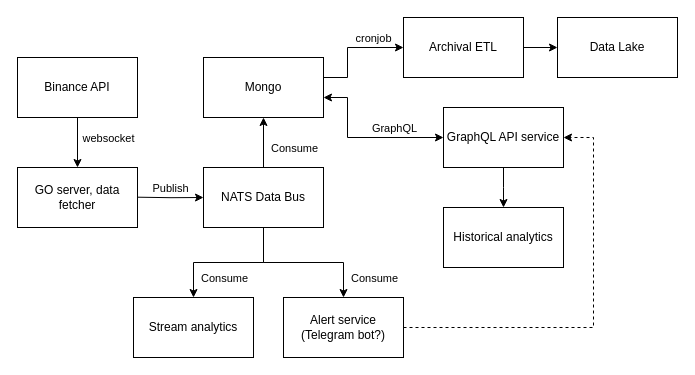
The draw.io diagram schemat koncepcyjny.drawio in amdla/BTCStreamAnalysis, before the edit. Source tidied: cells renumbered, new cells numbered last; positions are measured from the earlier drawing's top-left corner, leaving out a move shared by most shapes. Both pictures are drawn from the tidied source at 100%, with x=0, y=0 at pixel (17, 17).
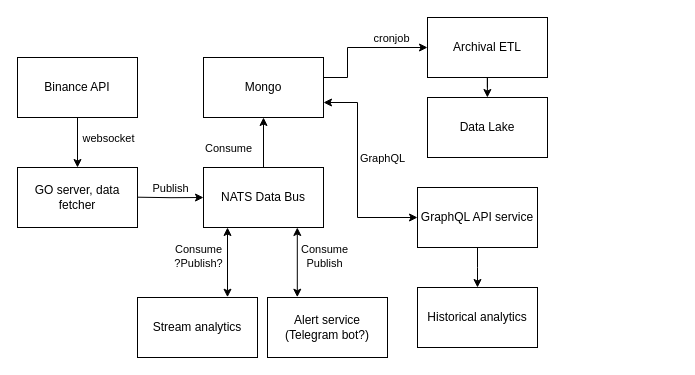
The same page after the edit.

Unchanged cells that the change refers to:
```xml
<mxCell id="8" style="edgeStyle=orthogonalEdgeStyle;rounded=0;jettySize=auto;html=1;" parent="1" edge="1" source="12">
  <mxGeometry relative="1" as="geometry">
    <mxPoint x="246" y="100" as="targetPoint" />
  </mxGeometry>
</mxCell>
<mxCell id="12" value="NATS Data Bus" style="rounded=0;whiteSpace=wrap;html=1;" parent="1" vertex="1">
  <mxGeometry x="186" y="150" width="120" height="60" as="geometry" />
</mxCell>
<mxCell id="16" value="Mongo" style="rounded=0;whiteSpace=wrap;html=1;" parent="1" vertex="1">
  <mxGeometry x="186" y="40" width="120" height="60" as="geometry" />
</mxCell>
```

The edit, as a diff of the source:
```diff
@@
     <mxCell id="9" value="Consume" style="edgeLabel;html=1;align=center;verticalAlign=middle;" parent="8" vertex="1">
       <mxGeometry x="0.15" y="-1" relative="1" as="geometry">
-        <mxPoint x="29" y="9" as="offset" />
+        <mxPoint x="-37" y="9" as="offset" />
       </mxGeometry>
     </mxCell>
-    <mxCell id="10" style="edgeStyle=orthogonalEdgeStyle;rounded=0;jettySize=auto;html=1;entryX=0.5;entryY=0;entryDx=0;entryDy=0;" parent="1" edge="1" source="12" target="13">
-      <mxGeometry relative="1" as="geometry" />
-    </mxCell>
-    <mxCell id="11" value="Consume" style="edgeLabel;html=1;align=center;verticalAlign=middle;" parent="10" vertex="1">
-      <mxGeometry x="0.66" y="2" relative="1" as="geometry">
-        <mxPoint x="28" y="4" as="offset" />
-      </mxGeometry>
-    </mxCell>
@@
     <mxCell id="13" value="Stream analytics" style="rounded=0;whiteSpace=wrap;html=1;" parent="1" vertex="1">
-      <mxGeometry x="116" y="280" width="120" height="60" as="geometry" />
+      <mxGeometry x="120" y="280" width="120" height="60" as="geometry" />
     </mxCell>
@@
-    <mxCell id="17" style="edgeStyle=orthogonalEdgeStyle;rounded=0;jettySize=auto;html=1;entryX=1;entryY=0.5;entryDx=0;entryDy=0;dashed=1;" parent="1" edge="1" source="18" target="23">
-      <mxGeometry relative="1" as="geometry">
-        <Array as="points">
-          <mxPoint x="576" y="310" />
-          <mxPoint x="576" y="120" />
-        </Array>
-      </mxGeometry>
-    </mxCell>
     <mxCell id="18" value="Alert service&lt;div&gt;(Telegram bot?)&lt;/div&gt;" style="rounded=0;whiteSpace=wrap;html=1;" parent="1" vertex="1">
-      <mxGeometry x="266" y="280" width="120" height="60" as="geometry" />
+      <mxGeometry x="250" y="280" width="120" height="60" as="geometry" />
     </mxCell>
-    <mxCell id="19" style="edgeStyle=orthogonalEdgeStyle;rounded=0;orthogonalLoop=1;jettySize=auto;html=1;startArrow=classic;startFill=1;" parent="1" edge="1">
+    <mxCell id="19" style="edgeStyle=orthogonalEdgeStyle;rounded=0;jettySize=auto;html=1;startArrow=classic;startFill=1;exitX=1;exitY=0.75;exitDx=0;exitDy=0;" parent="1" edge="1" source="16">
       <mxGeometry relative="1" as="geometry">
-        <mxPoint x="306" y="80" as="sourcePoint" />
-        <mxPoint x="426" y="120" as="targetPoint" />
+        <mxPoint x="400" y="200" as="targetPoint" />
         <Array as="points">
-          <mxPoint x="330" y="80" />
-          <mxPoint x="330" y="120" />
+          <mxPoint x="340" y="85" />
+          <mxPoint x="340" y="200" />
         </Array>
       </mxGeometry>
     </mxCell>
     <mxCell id="20" value="GraphQL" style="edgeLabel;html=1;align=center;verticalAlign=middle;" parent="19" vertex="1">
       <mxGeometry x="0.08" relative="1" as="geometry">
-        <mxPoint x="24" y="-10" as="offset" />
+        <mxPoint x="24" y="-24" as="offset" />
       </mxGeometry>
     </mxCell>
     <mxCell id="21" value="Data Lake" style="rounded=0;whiteSpace=wrap;html=1;" parent="1" vertex="1">
-      <mxGeometry x="540" width="120" height="60" as="geometry" />
+      <mxGeometry x="410" y="80" width="120" height="60" as="geometry" />
     </mxCell>
     <mxCell id="22" style="edgeStyle=orthogonalEdgeStyle;rounded=0;jettySize=auto;html=1;" parent="1" edge="1" source="23">
       <mxGeometry relative="1" as="geometry">
-        <mxPoint x="486" y="190" as="targetPoint" />
+        <mxPoint x="460" y="270" as="targetPoint" />
       </mxGeometry>
     </mxCell>
     <mxCell id="23" value="GraphQL API service" style="rounded=0;whiteSpace=wrap;html=1;" parent="1" vertex="1">
-      <mxGeometry x="426" y="90" width="120" height="60" as="geometry" />
+      <mxGeometry x="400" y="170" width="120" height="60" as="geometry" />
     </mxCell>
-    <mxCell id="24" style="edgeStyle=orthogonalEdgeStyle;rounded=0;jettySize=auto;html=1;" parent="1" edge="1" source="12">
-      <mxGeometry relative="1" as="geometry">
-        <mxPoint x="326" y="280" as="targetPoint" />
-        <Array as="points">
-          <mxPoint x="246" y="245" />
-          <mxPoint x="326" y="245" />
-          <mxPoint x="326" y="280" />
-        </Array>
-      </mxGeometry>
-    </mxCell>
-    <mxCell id="25" value="Consume" style="edgeLabel;html=1;align=center;verticalAlign=middle;" parent="24" vertex="1">
-      <mxGeometry x="0.79" relative="1" as="geometry">
-        <mxPoint x="30" y="-4" as="offset" />
-      </mxGeometry>
-    </mxCell>
     <mxCell id="26" value="Historical analytics" style="rounded=0;whiteSpace=wrap;html=1;" parent="1" vertex="1">
-      <mxGeometry x="426" y="190" width="120" height="60" as="geometry" />
+      <mxGeometry x="400" y="270" width="120" height="60" as="geometry" />
     </mxCell>
-    <mxCell id="27" style="edgeStyle=orthogonalEdgeStyle;rounded=0;jettySize=auto;html=1;entryX=0;entryY=0.5;entryDx=0;entryDy=0;" parent="1" edge="1" source="28" target="21">
-      <mxGeometry relative="1" as="geometry" />
-    </mxCell>
     <mxCell id="28" value="Archival ETL" style="rounded=0;whiteSpace=wrap;html=1;" parent="1" vertex="1">
-      <mxGeometry x="386" width="120" height="60" as="geometry" />
+      <mxGeometry x="410" width="120" height="60" as="geometry" />
     </mxCell>
+    <mxCell id="29" style="edgeStyle=orthogonalEdgeStyle;rounded=0;orthogonalLoop=1;jettySize=auto;html=1;entryX=0.782;entryY=1.005;entryDx=0;entryDy=0;entryPerimeter=0;startArrow=classic;startFill=1;" parent="1" edge="1">
+      <mxGeometry relative="1" as="geometry">
+        <mxPoint x="280" y="279.7" as="sourcePoint" />
+        <mxPoint x="279.8" y="210" as="targetPoint" />
+        <Array as="points">
+          <mxPoint x="280" y="209.7" />
+        </Array>
+      </mxGeometry>
+    </mxCell>
+    <mxCell id="30" value="Consume&lt;br&gt;Publish" style="edgeLabel;html=1;align=center;verticalAlign=middle;" parent="29" vertex="1">
+      <mxGeometry x="0.09" y="-1" relative="1" as="geometry">
+        <mxPoint x="26" y="-3" as="offset" />
+      </mxGeometry>
+    </mxCell>
+    <mxCell id="31" style="edgeStyle=orthogonalEdgeStyle;rounded=0;orthogonalLoop=1;jettySize=auto;html=1;entryX=0.782;entryY=1.005;entryDx=0;entryDy=0;entryPerimeter=0;startArrow=classic;startFill=1;" parent="1" edge="1">
+      <mxGeometry relative="1" as="geometry">
+        <mxPoint x="210.2" y="279.7" as="sourcePoint" />
+        <mxPoint x="210" y="210" as="targetPoint" />
+        <Array as="points">
+          <mxPoint x="210.2" y="209.7" />
+        </Array>
+      </mxGeometry>
+    </mxCell>
+    <mxCell id="32" value="Consume&lt;br&gt;?Publish?" style="edgeLabel;html=1;align=center;verticalAlign=middle;" parent="31" vertex="1">
+      <mxGeometry x="0.09" y="-1" relative="1" as="geometry">
+        <mxPoint x="-31" y="-3" as="offset" />
+      </mxGeometry>
+    </mxCell>
+    <mxCell id="33" style="edgeStyle=orthogonalEdgeStyle;rounded=0;orthogonalLoop=1;jettySize=auto;html=1;entryX=0;entryY=0.5;entryDx=0;entryDy=0;" parent="1" edge="1">
+      <mxGeometry relative="1" as="geometry">
+        <mxPoint x="469.9" y="70" as="sourcePoint" />
+        <mxPoint x="469.9" y="80" as="targetPoint" />
+        <Array as="points">
+          <mxPoint x="469.9" y="60" />
+          <mxPoint x="469.9" y="60" />
+        </Array>
+      </mxGeometry>
+    </mxCell>
```
